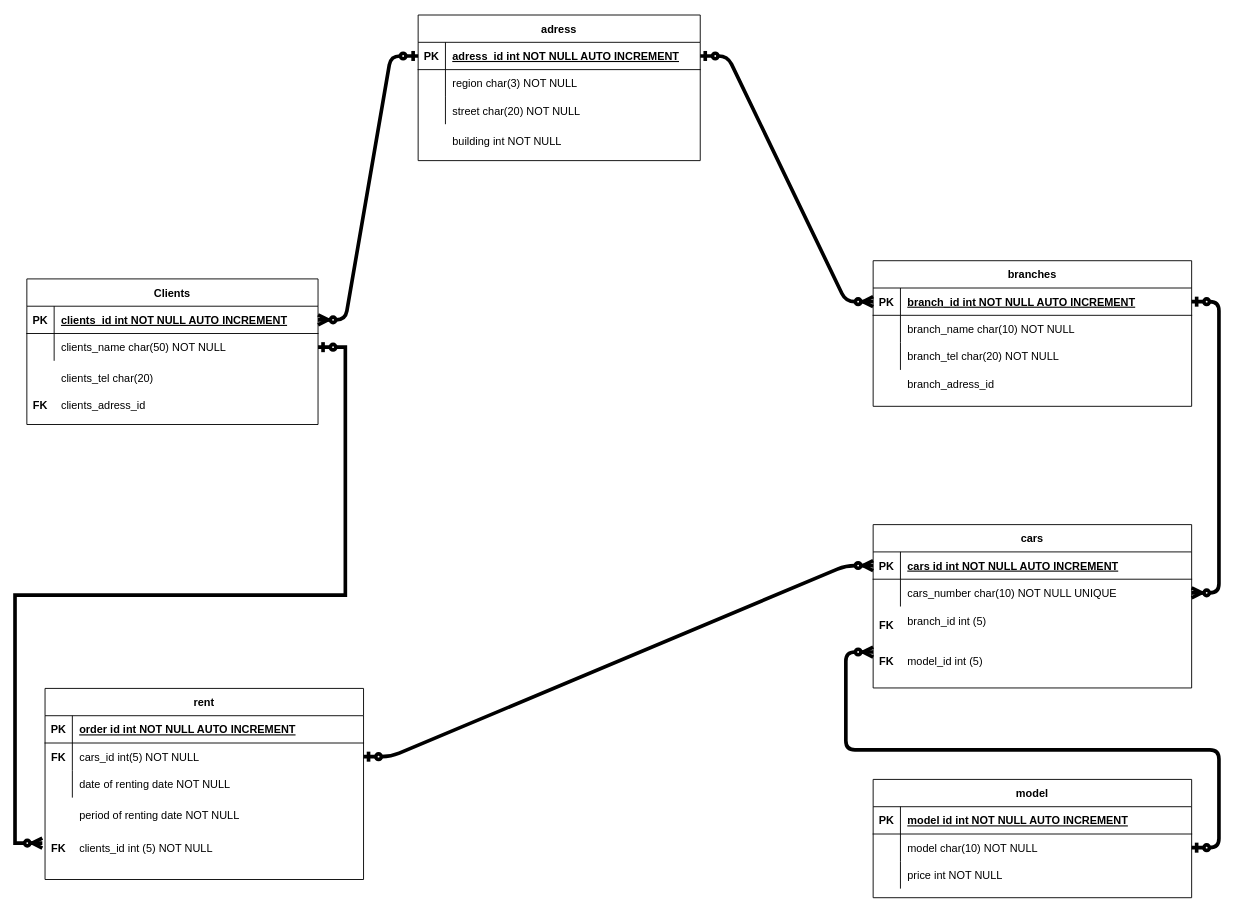
Above: DB/proj.drawio in ho1331/python-education (draw.io), before the change. Source tidied: cells renumbered, new cells numbered last; positions are measured from the earlier drawing's top-left corner, leaving out a move shared by most shapes. Both pictures are drawn from the tidied source at 91%, with x=0, y=0 at pixel (26, 15).
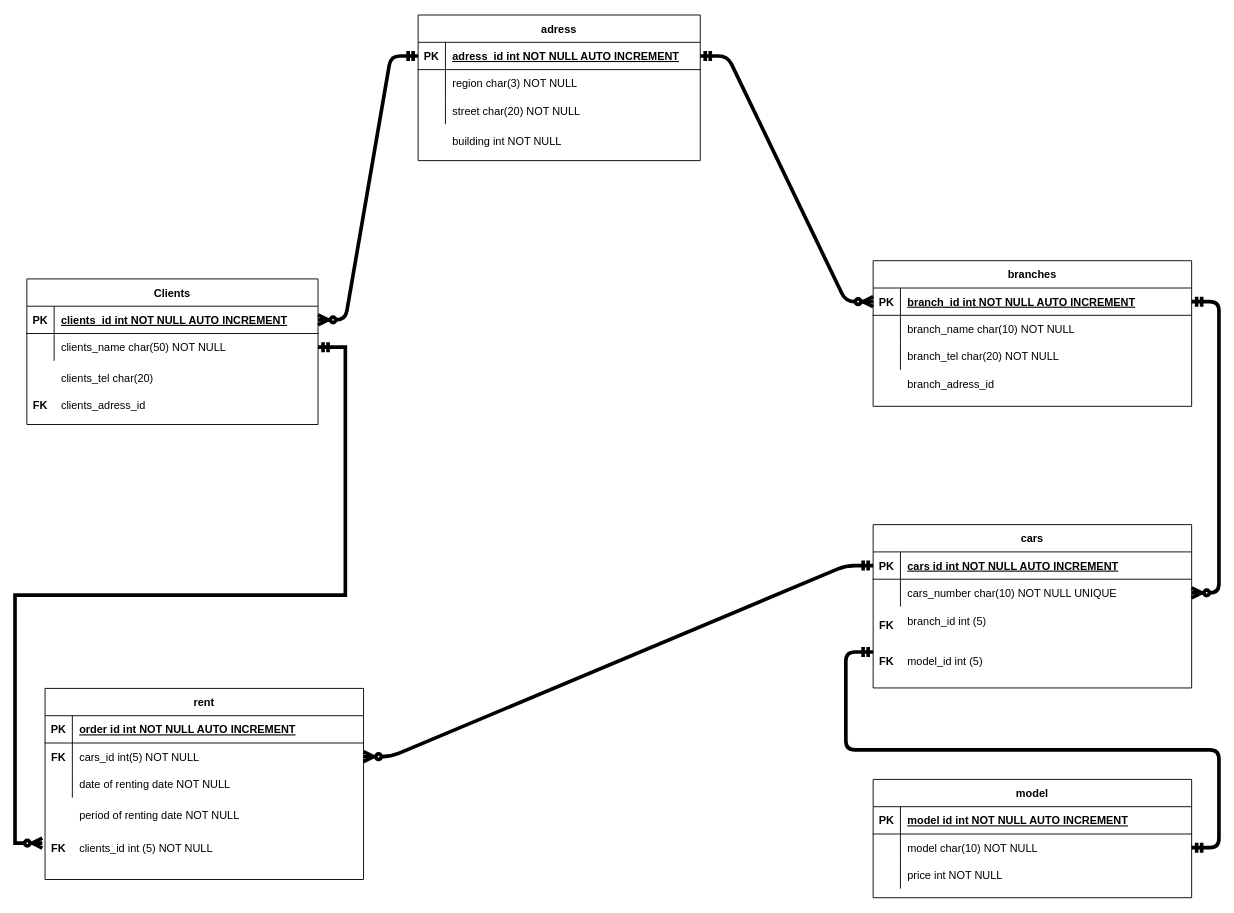
After the change.

Commit message (it also covers changes not shown here):
finished relations

The change refers to these unchanged cells:
```xml
<mxCell id="3" style="shape=partialRectangle;fillColor=none;points=[[0,0.5],[1,0.5]];portConstraint=eastwest;top=0;left=0;right=0;bottom=1;" parent="2" vertex="1">
  <mxGeometry y="30" width="350" height="30" as="geometry" />
</mxCell>
<mxCell id="14" style="shape=partialRectangle;fillColor=none;points=[[0,0.5],[1,0.5]];portConstraint=eastwest;top=0;left=0;right=0;bottom=1;" parent="13" vertex="1">
  <mxGeometry y="30" width="320" height="30" as="geometry" />
</mxCell>
<mxCell id="17" style="shape=partialRectangle;fillColor=none;points=[[0,0.5],[1,0.5]];portConstraint=eastwest;top=0;left=0;right=0;bottom=0;" parent="13" vertex="1">
  <mxGeometry y="60" width="320" height="30" as="geometry" />
</mxCell>
<mxCell id="31" style="shape=partialRectangle;fillColor=none;points=[[0,0.5],[1,0.5]];portConstraint=eastwest;top=0;left=0;right=0;bottom=0;" parent="27" vertex="1">
  <mxGeometry y="60" width="350" height="30" as="geometry" />
</mxCell>
<mxCell id="40" style="shape=partialRectangle;fillColor=none;points=[[0,0.5],[1,0.5]];portConstraint=eastwest;top=0;left=0;right=0;bottom=1;" parent="39" vertex="1">
  <mxGeometry y="30" width="310" height="30" as="geometry" />
</mxCell>
<mxCell id="54" style="shape=partialRectangle;fillColor=none;points=[[0,0.5],[1,0.5]];portConstraint=eastwest;top=0;left=0;right=0;bottom=1;" parent="53" vertex="1">
  <mxGeometry y="30" width="350" height="30" as="geometry" />
</mxCell>
<mxCell id="57" style="shape=partialRectangle;fillColor=none;points=[[0,0.5],[1,0.5]];portConstraint=eastwest;top=0;left=0;right=0;bottom=0;" parent="53" vertex="1">
  <mxGeometry y="60" width="350" height="30" as="geometry" />
</mxCell>
<mxCell id="68" style="shape=partialRectangle;fillColor=none;points=[[0,0.5],[1,0.5]];portConstraint=eastwest;top=0;left=0;right=0;bottom=0;" parent="64" vertex="1">
  <mxGeometry y="60" width="350" height="30" as="geometry" />
</mxCell>
```

The edit, as a diff of the source:
```diff
@@
-    <mxCell id="78" style="edgeStyle=entityRelationEdgeStyle;fontSize=12;html=1;endArrow=ERzeroToMany;startArrow=ERzeroToOne;strokeWidth=4;rounded=0;jumpStyle=none;exitX=1;exitY=0.5;exitDx=0;exitDy=0;" parent="1" edge="1" source="17">
+    <mxCell id="78" style="edgeStyle=entityRelationEdgeStyle;fontSize=12;html=1;endArrow=ERzeroToMany;startArrow=ERmandOne;strokeWidth=4;rounded=0;jumpStyle=none;exitX=1;exitY=0.5;exitDx=0;exitDy=0;startFill=0;" parent="1" edge="1" source="17">
       <mxGeometry relative="1" as="geometry">
         <mxPoint x="17" y="910" as="targetPoint" />
       </mxGeometry>
     </mxCell>
-    <mxCell id="79" style="edgeStyle=entityRelationEdgeStyle;fontSize=12;html=1;endArrow=ERzeroToMany;startArrow=ERzeroToOne;strokeWidth=4;exitX=1;exitY=0.5;exitDx=0;exitDy=0;entryX=1;entryY=0.5;entryDx=0;entryDy=0;" parent="1" edge="1" source="3" target="57">
+    <mxCell id="79" style="edgeStyle=entityRelationEdgeStyle;fontSize=12;html=1;endArrow=ERzeroToMany;startArrow=ERmandOne;strokeWidth=4;exitX=1;exitY=0.5;exitDx=0;exitDy=0;entryX=1;entryY=0.5;entryDx=0;entryDy=0;startFill=0;" parent="1" edge="1" source="3" target="57">
       <mxGeometry relative="1" as="geometry" />
     </mxCell>
@@
-    <mxCell id="81" style="edgeStyle=entityRelationEdgeStyle;fontSize=12;html=1;endArrow=ERzeroToMany;startArrow=ERzeroToOne;strokeWidth=4;exitX=1;exitY=0.5;exitDx=0;exitDy=0;" parent="1" edge="1" source="31">
+    <mxCell id="81" style="edgeStyle=entityRelationEdgeStyle;fontSize=12;html=1;endArrow=ERmandOne;startArrow=ERmandOne;strokeWidth=4;exitX=1;exitY=0.5;exitDx=0;exitDy=0;startFill=0;endFill=0;" parent="1" edge="1" source="31">
       <mxGeometry relative="1" as="geometry">
         <mxPoint x="930" y="700" as="targetPoint" />
       </mxGeometry>
     </mxCell>
-    <mxCell id="82" style="edgeStyle=entityRelationEdgeStyle;fontSize=12;html=1;endArrow=ERzeroToMany;startArrow=ERzeroToOne;strokeWidth=4;exitX=0;exitY=0.5;exitDx=0;exitDy=0;" parent="1" edge="1" source="40" target="14">
+    <mxCell id="82" style="edgeStyle=entityRelationEdgeStyle;fontSize=12;html=1;endArrow=ERzeroToMany;startArrow=ERmandOne;strokeWidth=4;exitX=0;exitY=0.5;exitDx=0;exitDy=0;startFill=0;" parent="1" edge="1" source="40" target="14">
       <mxGeometry relative="1" as="geometry" />
     </mxCell>
@@
-    <mxCell id="86" style="edgeStyle=entityRelationEdgeStyle;fontSize=12;html=1;endArrow=ERzeroToMany;startArrow=ERzeroToOne;strokeWidth=4;entryX=0;entryY=0.5;entryDx=0;entryDy=0;exitX=1;exitY=0.5;exitDx=0;exitDy=0;" parent="1" edge="1" source="40" target="3">
+    <mxCell id="86" style="edgeStyle=entityRelationEdgeStyle;fontSize=12;html=1;endArrow=ERzeroToMany;startArrow=ERmandOne;strokeWidth=4;entryX=0;entryY=0.5;entryDx=0;entryDy=0;exitX=1;exitY=0.5;exitDx=0;exitDy=0;startFill=0;" parent="1" edge="1" source="40" target="3">
       <mxGeometry relative="1" as="geometry" />
     </mxCell>
-    <mxCell id="87" style="edgeStyle=entityRelationEdgeStyle;fontSize=12;html=1;endArrow=ERzeroToMany;startArrow=ERzeroToOne;exitX=1;exitY=0.5;exitDx=0;exitDy=0;entryX=0;entryY=0.5;entryDx=0;entryDy=0;strokeWidth=4;" parent="1" edge="1" source="68" target="54">
+    <mxCell id="87" style="edgeStyle=entityRelationEdgeStyle;fontSize=12;html=1;endArrow=ERmandOne;startArrow=ERzeroToMany;exitX=1;exitY=0.5;exitDx=0;exitDy=0;entryX=0;entryY=0.5;entryDx=0;entryDy=0;strokeWidth=4;startFill=1;endFill=0;" parent="1" edge="1" source="68" target="54">
       <mxGeometry relative="1" as="geometry" />
     </mxCell>
```
